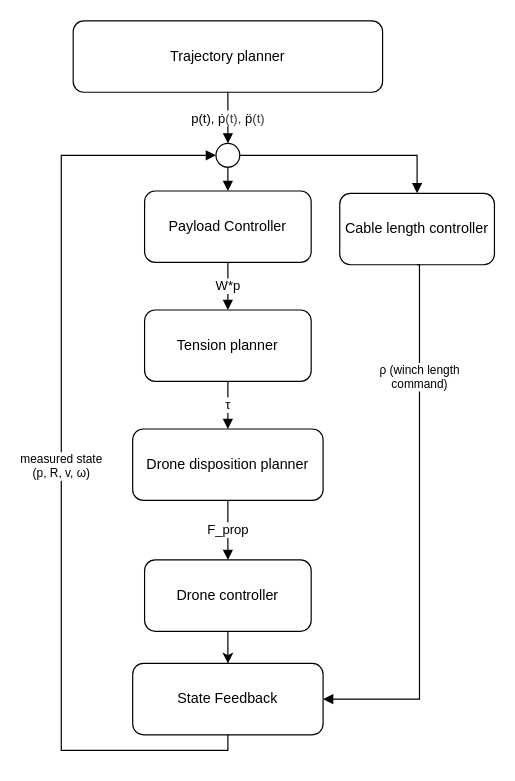
This is images/drawIO/control_scheme.drawio from chiarabuono/ACTS-report, a draw.io file, before an edit. Source tidied: cells renumbered, new cells numbered last; positions are measured from the earlier drawing's top-left corner, leaving out a move shared by most shapes. Both pictures are drawn from the tidied source at 119%, with x=0, y=0 at pixel (61, 20).
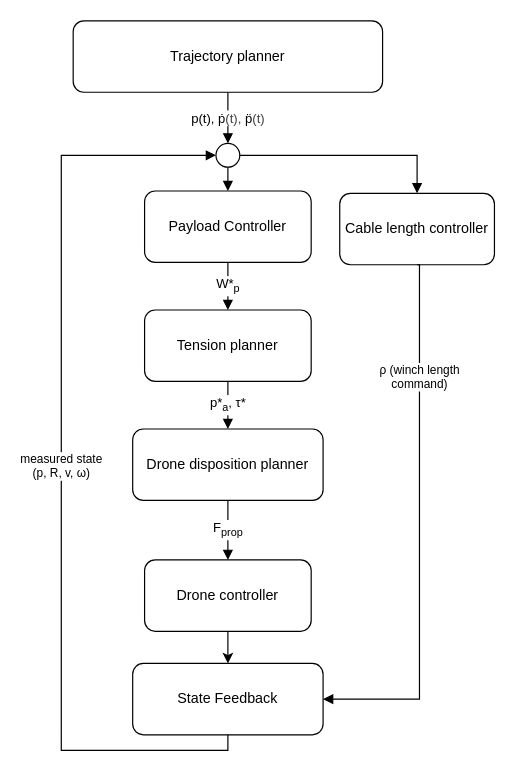
The same page after the edit.

The change refers to these unchanged cells:
```xml
<mxCell id="5" value="Payload Controller" style="rounded=1;whiteSpace=wrap;html=1;fillColor=#ffffff;strokeColor=#000000;fontSize=12;" parent="1" vertex="1">
  <mxGeometry x="70" y="143" width="140" height="60" as="geometry" />
</mxCell>
<mxCell id="6" value="Tension planner" style="rounded=1;whiteSpace=wrap;html=1;fillColor=#ffffff;strokeColor=#000000;fontSize=12;" parent="1" vertex="1">
  <mxGeometry x="70" y="243" width="140" height="60" as="geometry" />
</mxCell>
<mxCell id="7" value="Drone disposition planner" style="rounded=1;whiteSpace=wrap;html=1;fillColor=#ffffff;strokeColor=#000000;fontSize=12;" parent="1" vertex="1">
  <mxGeometry x="60" y="343" width="160" height="60" as="geometry" />
</mxCell>
<mxCell id="9" value="Drone controller" style="rounded=1;whiteSpace=wrap;html=1;fillColor=#ffffff;strokeColor=#000000;fontSize=12;" parent="1" vertex="1">
  <mxGeometry x="70" y="453" width="140" height="60" as="geometry" />
</mxCell>
```

Diff of the diagram source:
```diff
@@
-    <mxCell id="14" value="W*p" style="edgeStyle=orthogonalEdgeStyle;rounded=0;html=1;endArrow=block;endFill=1;fontSize=11;exitX=0.5;exitY=1;entryX=0.5;entryY=0;exitDx=0;exitDy=0;entryDx=0;entryDy=0;" parent="1" edge="1" source="5" target="6">
+    <mxCell id="14" value="W*&lt;sub&gt;p&lt;/sub&gt;" style="edgeStyle=orthogonalEdgeStyle;rounded=0;html=1;endArrow=block;endFill=1;fontSize=11;exitX=0.5;exitY=1;entryX=0.5;entryY=0;exitDx=0;exitDy=0;entryDx=0;entryDy=0;" parent="1" edge="1" source="5" target="6">
       <mxGeometry relative="1" as="geometry" />
     </mxCell>
-    <mxCell id="15" value="τ" style="edgeStyle=orthogonalEdgeStyle;rounded=0;html=1;endArrow=block;endFill=1;fontSize=11;" parent="1" edge="1" source="6" target="7">
+    <mxCell id="15" value="p*&lt;sub&gt;a&lt;/sub&gt;, τ*" style="edgeStyle=orthogonalEdgeStyle;rounded=0;html=1;endArrow=block;endFill=1;fontSize=11;" parent="1" edge="1" source="6" target="7">
       <mxGeometry relative="1" as="geometry" />
     </mxCell>
-    <mxCell id="16" value="F_prop" style="edgeStyle=orthogonalEdgeStyle;rounded=0;html=1;endArrow=block;endFill=1;fontSize=11;" parent="1" edge="1" source="7" target="9">
+    <mxCell id="16" value="F&lt;sub&gt;prop&lt;/sub&gt;" style="edgeStyle=orthogonalEdgeStyle;rounded=0;html=1;endArrow=block;endFill=1;fontSize=11;" parent="1" edge="1" source="7" target="9">
       <mxGeometry relative="1" as="geometry" />
     </mxCell>
```
